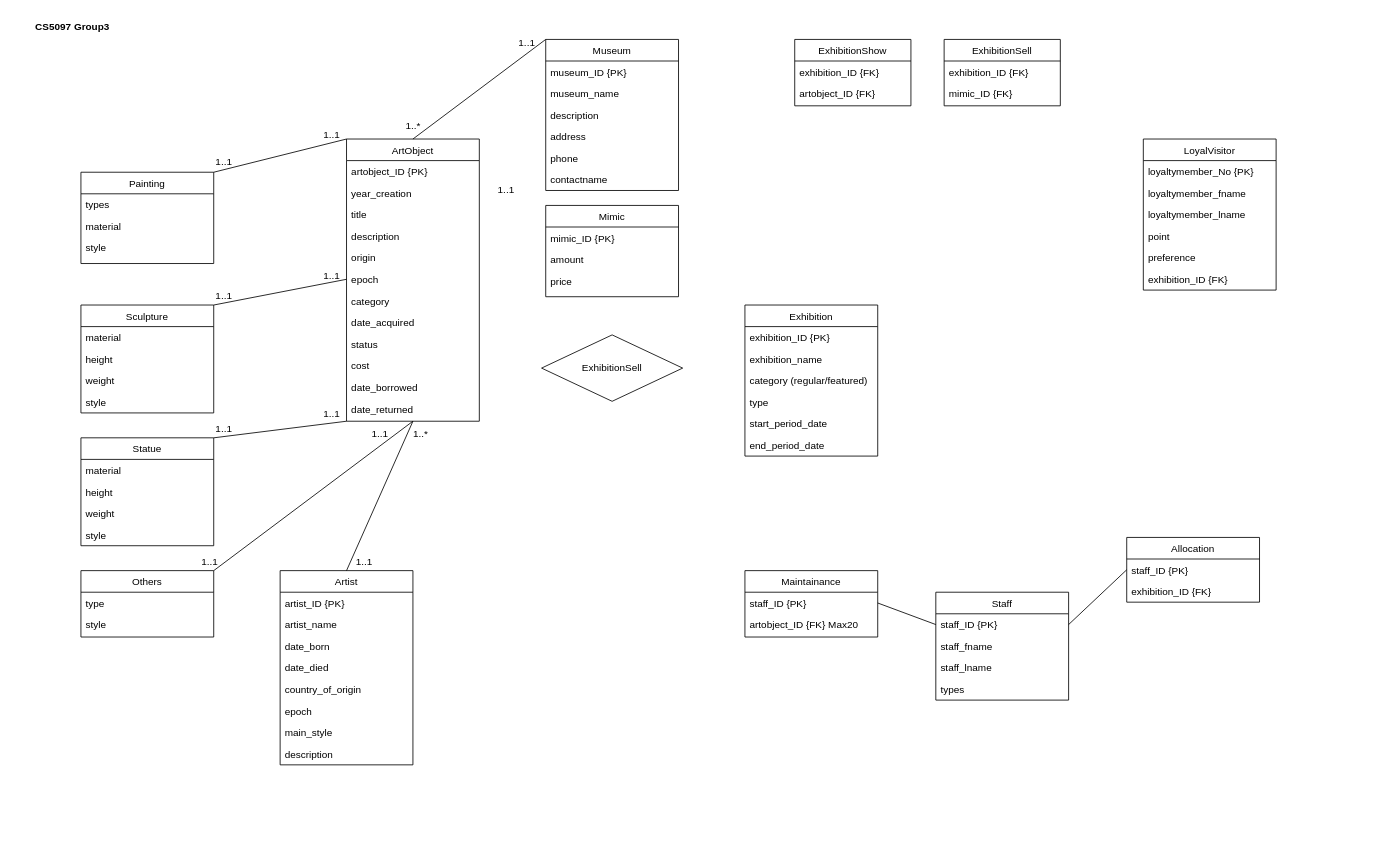
Earlier version of the draw.io diagram GP-A2_Art-Museum_DB_logical-model.drawio (chanokchut/CS5097). Source tidied: cells renumbered, new cells numbered last; positions are measured from the earlier drawing's top-left corner, leaving out a move shared by most shapes. Both pictures are drawn from the tidied source at 83%, with x=0, y=0 at pixel (14, 14).
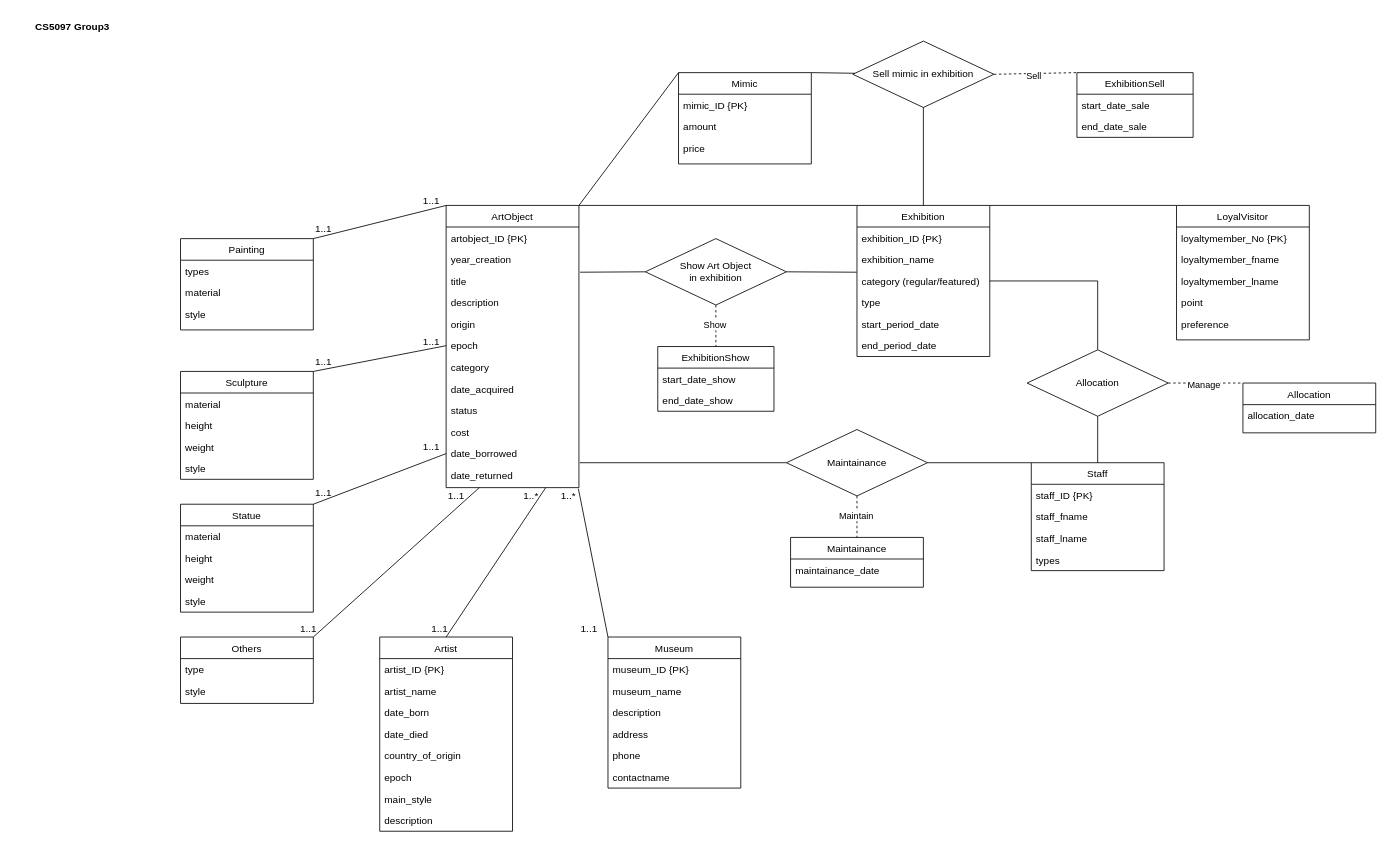
Above is the later version.

The change refers to these unchanged cells:
```xml
<mxCell id="11" value="year_creation" style="text;align=left;verticalAlign=top;spacingLeft=4;spacingRight=4;overflow=hidden;points=[[0,0.5],[1,0.5]];portConstraint=eastwest;" parent="9" vertex="1">
  <mxGeometry y="52" width="160" height="26" as="geometry" />
</mxCell>
<mxCell id="20" value="date_borrowed" style="text;align=left;verticalAlign=top;spacingLeft=4;spacingRight=4;overflow=hidden;points=[[0,0.5],[1,0.5]];portConstraint=eastwest;" parent="9" vertex="1">
  <mxGeometry y="286" width="160" height="26" as="geometry" />
</mxCell>
<mxCell id="21" value="date_returned" style="text;align=left;verticalAlign=top;spacingLeft=4;spacingRight=4;overflow=hidden;points=[[0,0.5],[1,0.5]];portConstraint=eastwest;" parent="9" vertex="1">
  <mxGeometry y="312" width="160" height="26" as="geometry" />
</mxCell>
<mxCell id="51" value="category (regular/featured)" style="text;align=left;verticalAlign=top;spacingLeft=4;spacingRight=4;overflow=hidden;points=[[0,0.5],[1,0.5]];portConstraint=eastwest;" parent="48" vertex="1">
  <mxGeometry y="78" width="160" height="26" as="geometry" />
</mxCell>
```

Change to the diagram source:
```diff
@@
     <mxCell id="2" value="Museum" style="swimlane;fontStyle=0;align=center;verticalAlign=top;horizontal=1;startSize=26;rounded=0;shadow=0;strokeWidth=1;" parent="1" vertex="1">
-      <mxGeometry x="640" y="30" width="160" height="182" as="geometry" />
+      <mxGeometry x="715" y="750" width="160" height="182" as="geometry" />
     </mxCell>
@@
     <mxCell id="9" value="ArtObject" style="swimlane;fontStyle=0;align=center;verticalAlign=top;horizontal=1;startSize=26;rounded=0;shadow=0;strokeWidth=1;" parent="1" vertex="1">
-      <mxGeometry x="400" y="150" width="160" height="340" as="geometry" />
+      <mxGeometry x="520" y="230" width="160" height="340" as="geometry" />
     </mxCell>
@@
     <mxCell id="22" value="Artist" style="swimlane;fontStyle=0;align=center;verticalAlign=top;horizontal=1;startSize=26;rounded=0;shadow=0;strokeWidth=1;" parent="1" vertex="1">
-      <mxGeometry x="320" y="670" width="160" height="234" as="geometry" />
+      <mxGeometry x="440" y="750" width="160" height="234" as="geometry" />
     </mxCell>
@@
     <mxCell id="31" value="Painting" style="swimlane;fontStyle=0;align=center;verticalAlign=top;horizontal=1;startSize=26;rounded=0;shadow=0;strokeWidth=1;" parent="1" vertex="1">
-      <mxGeometry x="80" y="190" width="160" height="110" as="geometry" />
+      <mxGeometry x="200" y="270" width="160" height="110" as="geometry" />
     </mxCell>
@@
     <mxCell id="35" value="Sculpture" style="swimlane;fontStyle=0;align=center;verticalAlign=top;horizontal=1;startSize=26;rounded=0;shadow=0;strokeWidth=1;" parent="1" vertex="1">
-      <mxGeometry x="80" y="350" width="160" height="130" as="geometry" />
+      <mxGeometry x="200" y="430" width="160" height="130" as="geometry" />
     </mxCell>
@@
     <mxCell id="40" value="Others" style="swimlane;fontStyle=0;align=center;verticalAlign=top;horizontal=1;startSize=26;rounded=0;shadow=0;strokeWidth=1;" parent="1" vertex="1">
-      <mxGeometry x="80" y="670" width="160" height="80" as="geometry" />
+      <mxGeometry x="200" y="750" width="160" height="80" as="geometry" />
     </mxCell>
@@
     <mxCell id="43" value="Statue" style="swimlane;fontStyle=0;align=center;verticalAlign=top;horizontal=1;startSize=26;rounded=0;shadow=0;strokeWidth=1;" parent="1" vertex="1">
-      <mxGeometry x="80" y="510" width="160" height="130" as="geometry" />
+      <mxGeometry x="200" y="590" width="160" height="130" as="geometry" />
     </mxCell>
@@
     <mxCell id="48" value="Exhibition" style="swimlane;fontStyle=0;align=center;verticalAlign=top;horizontal=1;startSize=26;rounded=0;shadow=0;strokeWidth=1;" parent="1" vertex="1">
-      <mxGeometry x="880" y="350" width="160" height="182" as="geometry" />
+      <mxGeometry x="1015" y="230" width="160" height="182" as="geometry" />
     </mxCell>
@@
     <mxCell id="55" value="Mimic" style="swimlane;fontStyle=0;align=center;verticalAlign=top;horizontal=1;startSize=26;rounded=0;shadow=0;strokeWidth=1;" parent="1" vertex="1">
-      <mxGeometry x="640" y="230" width="160" height="110" as="geometry" />
+      <mxGeometry x="800" y="70" width="160" height="110" as="geometry" />
     </mxCell>
@@
     <mxCell id="59" value="LoyalVisitor" style="swimlane;fontStyle=0;align=center;verticalAlign=top;horizontal=1;startSize=26;rounded=0;shadow=0;strokeWidth=1;" parent="1" vertex="1">
-      <mxGeometry x="1360" y="150" width="160" height="182" as="geometry" />
+      <mxGeometry x="1400" y="230" width="160" height="162" as="geometry" />
     </mxCell>
@@
-    <mxCell id="65" value="exhibition_ID {FK}" style="text;align=left;verticalAlign=top;spacingLeft=4;spacingRight=4;overflow=hidden;" parent="59" vertex="1">
-      <mxGeometry y="156" width="160" height="26" as="geometry" />
-    </mxCell>
     <mxCell id="66" value="Staff" style="swimlane;fontStyle=0;align=center;verticalAlign=top;horizontal=1;startSize=26;rounded=0;shadow=0;strokeWidth=1;" parent="1" vertex="1">
-      <mxGeometry x="1110" y="696" width="160" height="130" as="geometry" />
+      <mxGeometry x="1225" y="540" width="160" height="130" as="geometry" />
     </mxCell>
-    <mxCell id="67" value="staff_ID {PK}" style="text;align=left;verticalAlign=top;spacingLeft=4;spacingRight=4;overflow=hidden;points=[[0,0.5],[1,0.5]];portConstraint=eastwest;" parent="66" vertex="1">
-      <mxGeometry y="26" width="160" height="26" as="geometry" />
-    </mxCell>
+    <mxCell id="106" value="staff_ID {PK}" style="text;align=left;verticalAlign=top;spacingLeft=4;spacingRight=4;overflow=hidden;" parent="66" vertex="1">
+      <mxGeometry y="26" width="160" height="26" as="geometry" />
+    </mxCell>
@@
     <mxCell id="71" value="Maintainance" style="swimlane;fontStyle=0;align=center;verticalAlign=top;horizontal=1;startSize=26;rounded=0;shadow=0;strokeWidth=1;" parent="1" vertex="1">
-      <mxGeometry x="880" y="670" width="160" height="80" as="geometry" />
+      <mxGeometry x="935" y="630" width="160" height="60" as="geometry" />
     </mxCell>
-    <mxCell id="72" value="staff_ID {PK}" style="text;align=left;verticalAlign=top;spacingLeft=4;spacingRight=4;overflow=hidden;points=[[0,0.5],[1,0.5]];portConstraint=eastwest;" parent="71" vertex="1">
-      <mxGeometry y="26" width="160" height="26" as="geometry" />
-    </mxCell>
-    <mxCell id="73" value="artobject_ID {FK} Max20" style="text;align=left;verticalAlign=top;spacingLeft=4;spacingRight=4;overflow=hidden;" parent="71" vertex="1">
-      <mxGeometry y="52" width="160" height="26" as="geometry" />
-    </mxCell>
+    <mxCell id="107" value="maintainance_date" style="text;align=left;verticalAlign=top;spacingLeft=4;spacingRight=4;overflow=hidden;" parent="71" vertex="1">
+      <mxGeometry y="26" width="160" height="26" as="geometry" />
+    </mxCell>
     <mxCell id="74" value="Allocation" style="swimlane;fontStyle=0;align=center;verticalAlign=top;horizontal=1;startSize=26;rounded=0;shadow=0;strokeWidth=1;" parent="1" vertex="1">
-      <mxGeometry x="1340" y="630" width="160" height="78" as="geometry" />
+      <mxGeometry x="1480" y="444" width="160" height="60" as="geometry" />
     </mxCell>
-    <mxCell id="75" value="staff_ID {PK}" style="text;align=left;verticalAlign=top;spacingLeft=4;spacingRight=4;overflow=hidden;points=[[0,0.5],[1,0.5]];portConstraint=eastwest;" parent="74" vertex="1">
-      <mxGeometry y="26" width="160" height="26" as="geometry" />
+    <mxCell id="75" value="allocation_date" style="text;align=left;verticalAlign=top;spacingLeft=4;spacingRight=4;overflow=hidden;points=[[0,0.5],[1,0.5]];portConstraint=eastwest;" parent="74" vertex="1">
+      <mxGeometry y="26" width="160" height="34" as="geometry" />
     </mxCell>
-    <mxCell id="76" value="exhibition_ID {FK}" style="text;align=left;verticalAlign=top;spacingLeft=4;spacingRight=4;overflow=hidden;" parent="74" vertex="1">
-      <mxGeometry y="52" width="160" height="26" as="geometry" />
-    </mxCell>
-    <mxCell id="77" style="endArrow=none;html=1;rounded=0;entryX=1;entryY=0.5;entryDx=0;entryDy=0;exitX=0;exitY=0.5;exitDx=0;exitDy=0;" parent="1" edge="1" source="67" target="72">
-      <mxGeometry relative="1" as="geometry" />
-    </mxCell>
-    <mxCell id="78" style="endArrow=none;html=1;rounded=0;entryX=0;entryY=0.5;entryDx=0;entryDy=0;exitX=1;exitY=0.5;exitDx=0;exitDy=0;" parent="1" edge="1" source="67" target="75">
-      <mxGeometry relative="1" as="geometry" />
-    </mxCell>
-    <mxCell id="79" value="ExhibitionShow" style="swimlane;fontStyle=0;align=center;verticalAlign=top;horizontal=1;startSize=26;rounded=0;shadow=0;strokeWidth=1;" parent="1" vertex="1">
-      <mxGeometry x="940" y="30" width="140" height="80" as="geometry" />
-    </mxCell>
-    <mxCell id="80" value="exhibition_ID {FK}" style="text;align=left;verticalAlign=top;spacingLeft=4;spacingRight=4;overflow=hidden;" parent="79" vertex="1">
-      <mxGeometry y="26" width="140" height="26" as="geometry" />
-    </mxCell>
-    <mxCell id="81" value="artobject_ID {FK}" style="text;align=left;verticalAlign=top;spacingLeft=4;spacingRight=4;overflow=hidden;" parent="79" vertex="1">
-      <mxGeometry y="52" width="140" height="26" as="geometry" />
-    </mxCell>
     <mxCell id="82" value="ExhibitionSell" style="swimlane;fontStyle=0;align=center;verticalAlign=top;horizontal=1;startSize=26;rounded=0;shadow=0;strokeWidth=1;" parent="1" vertex="1">
-      <mxGeometry x="1120" y="30" width="140" height="80" as="geometry" />
+      <mxGeometry x="1280" y="70" width="140" height="78" as="geometry" />
     </mxCell>
-    <mxCell id="83" value="exhibition_ID {FK}" style="text;align=left;verticalAlign=top;spacingLeft=4;spacingRight=4;overflow=hidden;" parent="82" vertex="1">
+    <mxCell id="83" value="start_date_sale" style="text;align=left;verticalAlign=top;spacingLeft=4;spacingRight=4;overflow=hidden;" parent="82" vertex="1">
       <mxGeometry y="26" width="140" height="26" as="geometry" />
     </mxCell>
-    <mxCell id="84" value="mimic_ID {FK}" style="text;align=left;verticalAlign=top;spacingLeft=4;spacingRight=4;overflow=hidden;" parent="82" vertex="1">
-      <mxGeometry y="52" width="140" height="26" as="geometry" />
-    </mxCell>
+    <mxCell id="108" value="end_date_sale" style="text;align=left;verticalAlign=top;spacingLeft=4;spacingRight=4;overflow=hidden;" parent="82" vertex="1">
+      <mxGeometry y="52" width="140" height="26" as="geometry" />
+    </mxCell>
@@
-    <mxCell id="86" style="endArrow=none;html=1;rounded=0;exitX=0.5;exitY=0;exitDx=0;exitDy=0;entryX=0.5;entryY=1;entryDx=0;entryDy=0;" parent="1" edge="1" source="22" target="9">
+    <mxCell id="86" style="endArrow=none;html=1;rounded=0;exitX=0.5;exitY=0;exitDx=0;exitDy=0;entryX=0.75;entryY=1;entryDx=0;entryDy=0;" parent="1" edge="1" source="22" target="9">
       <mxGeometry relative="1" as="geometry" />
     </mxCell>
     <mxCell id="87" value="1..1" style="text;html=1;align=center;verticalAlign=middle;whiteSpace=wrap;rounded=0;" parent="1" vertex="1">
-      <mxGeometry x="399" y="645" width="45" height="30" as="geometry" />
+      <mxGeometry x="490" y="725" width="45" height="30" as="geometry" />
     </mxCell>
     <mxCell id="88" value="1..*" style="text;html=1;align=center;verticalAlign=middle;whiteSpace=wrap;rounded=0;" parent="1" vertex="1">
-      <mxGeometry x="467" y="490" width="45" height="30" as="geometry" />
+      <mxGeometry x="600" y="565" width="45" height="30" as="geometry" />
     </mxCell>
@@
-    <mxCell id="90" style="endArrow=none;html=1;rounded=0;entryX=0;entryY=0;entryDx=0;entryDy=0;exitX=0.5;exitY=0;exitDx=0;exitDy=0;" parent="1" edge="1" source="9" target="2">
+    <mxCell id="90" style="endArrow=none;html=1;rounded=0;entryX=0;entryY=0;entryDx=0;entryDy=0;exitX=0.996;exitY=1.128;exitDx=0;exitDy=0;exitPerimeter=0;" parent="1" edge="1" source="21" target="2">
       <mxGeometry relative="1" as="geometry" />
     </mxCell>
-    <mxCell id="91" value="1..1" style="text;html=1;align=center;verticalAlign=middle;whiteSpace=wrap;rounded=0;" parent="1" vertex="1">
-      <mxGeometry x="595" y="20" width="45" height="30" as="geometry" />
-    </mxCell>
     <mxCell id="92" value="1..*" style="text;html=1;align=center;verticalAlign=middle;whiteSpace=wrap;rounded=0;" parent="1" vertex="1">
-      <mxGeometry x="457.5" y="120" width="45" height="30" as="geometry" />
+      <mxGeometry x="645" y="565" width="45" height="30" as="geometry" />
     </mxCell>
@@
-    <mxCell id="94" style="endArrow=none;html=1;rounded=0;entryX=1;entryY=0;entryDx=0;entryDy=0;exitX=0;exitY=1;exitDx=0;exitDy=0;" parent="1" edge="1" source="9" target="43">
+    <mxCell id="94" style="endArrow=none;html=1;rounded=0;entryX=1;entryY=0;entryDx=0;entryDy=0;exitX=0;exitY=0.5;exitDx=0;exitDy=0;" parent="1" edge="1" source="20" target="43">
       <mxGeometry relative="1" as="geometry" />
     </mxCell>
-    <mxCell id="95" style="endArrow=none;html=1;rounded=0;entryX=1;entryY=0;entryDx=0;entryDy=0;exitX=0.5;exitY=1;exitDx=0;exitDy=0;" parent="1" edge="1" source="9" target="40">
+    <mxCell id="95" style="endArrow=none;html=1;rounded=0;entryX=1;entryY=0;entryDx=0;entryDy=0;exitX=0.25;exitY=1;exitDx=0;exitDy=0;" parent="1" edge="1" source="9" target="40">
       <mxGeometry relative="1" as="geometry" />
     </mxCell>
     <mxCell id="96" value="1..1" style="text;html=1;align=center;verticalAlign=middle;whiteSpace=wrap;rounded=0;" parent="1" vertex="1">
-      <mxGeometry x="230" y="166" width="45" height="24" as="geometry" />
+      <mxGeometry x="350" y="246" width="45" height="24" as="geometry" />
     </mxCell>
     <mxCell id="97" value="1..1" style="text;html=1;align=center;verticalAlign=middle;whiteSpace=wrap;rounded=0;" parent="1" vertex="1">
-      <mxGeometry x="230" y="324" width="45" height="30" as="geometry" />
+      <mxGeometry x="350" y="404" width="45" height="30" as="geometry" />
     </mxCell>
     <mxCell id="98" value="1..1" style="text;html=1;align=center;verticalAlign=middle;whiteSpace=wrap;rounded=0;" parent="1" vertex="1">
-      <mxGeometry x="230" y="485" width="45" height="30" as="geometry" />
+      <mxGeometry x="350" y="561" width="45" height="30" as="geometry" />
     </mxCell>
     <mxCell id="99" value="1..1" style="text;html=1;align=center;verticalAlign=middle;whiteSpace=wrap;rounded=0;" parent="1" vertex="1">
-      <mxGeometry x="570" y="196" width="45" height="30" as="geometry" />
+      <mxGeometry x="670" y="725" width="45" height="30" as="geometry" />
     </mxCell>
     <mxCell id="100" value="1..1" style="text;html=1;align=center;verticalAlign=middle;whiteSpace=wrap;rounded=0;" parent="1" vertex="1">
-      <mxGeometry x="213" y="645" width="45" height="30" as="geometry" />
+      <mxGeometry x="332" y="725" width="45" height="30" as="geometry" />
     </mxCell>
     <mxCell id="101" value="1..1" style="text;html=1;align=center;verticalAlign=middle;whiteSpace=wrap;rounded=0;" parent="1" vertex="1">
-      <mxGeometry x="360" y="130" width="45" height="30" as="geometry" />
+      <mxGeometry x="480" y="210" width="45" height="30" as="geometry" />
     </mxCell>
     <mxCell id="102" value="1..1" style="text;html=1;align=center;verticalAlign=middle;whiteSpace=wrap;rounded=0;" parent="1" vertex="1">
-      <mxGeometry x="360" y="466" width="45" height="30" as="geometry" />
+      <mxGeometry x="480" y="506" width="45" height="30" as="geometry" />
     </mxCell>
     <mxCell id="103" value="1..1" style="text;html=1;align=center;verticalAlign=middle;whiteSpace=wrap;rounded=0;" parent="1" vertex="1">
-      <mxGeometry x="360" y="300" width="45" height="30" as="geometry" />
+      <mxGeometry x="480" y="380" width="45" height="30" as="geometry" />
     </mxCell>
     <mxCell id="104" value="1..1" style="text;html=1;align=center;verticalAlign=middle;whiteSpace=wrap;rounded=0;" parent="1" vertex="1">
-      <mxGeometry x="418" y="490" width="45" height="30" as="geometry" />
+      <mxGeometry x="510" y="565" width="45" height="30" as="geometry" />
     </mxCell>
-    <mxCell id="105" value="&lt;span style=&quot;text-wrap-mode: nowrap;&quot;&gt;ExhibitionSell&lt;/span&gt;" style="rhombus;whiteSpace=wrap;html=1;" parent="1" vertex="1">
-      <mxGeometry x="635" y="386" width="170" height="80" as="geometry" />
+    <mxCell id="105" value="&lt;span style=&quot;text-wrap-mode: nowrap;&quot;&gt;Sell mimic in exhibition&lt;/span&gt;" style="rhombus;whiteSpace=wrap;html=1;" parent="1" vertex="1">
+      <mxGeometry x="1010" y="32" width="170" height="80" as="geometry" />
     </mxCell>
+    <mxCell id="109" style="endArrow=none;html=1;rounded=0;entryX=1;entryY=0;entryDx=0;entryDy=0;exitX=0;exitY=0;exitDx=0;exitDy=0;" parent="1" edge="1" source="55" target="9">
+      <mxGeometry relative="1" as="geometry" />
+    </mxCell>
+    <mxCell id="110" style="endArrow=none;html=1;rounded=0;entryX=0;entryY=0;entryDx=0;entryDy=0;exitX=1;exitY=0.5;exitDx=0;exitDy=0;dashed=1;" parent="1" edge="1" source="105" target="82">
+      <mxGeometry relative="1" as="geometry" />
+    </mxCell>
+    <mxCell id="111" value="Sell" style="edgeLabel;html=1;align=center;verticalAlign=middle;" parent="110" vertex="1">
+      <mxGeometry x="-0.07" y="-2" relative="1" as="geometry" />
+    </mxCell>
+    <mxCell id="112" style="endArrow=none;html=1;rounded=0;entryX=1;entryY=0;entryDx=0;entryDy=0;exitX=0;exitY=0;exitDx=0;exitDy=0;" parent="1" edge="1" source="48" target="9">
+      <mxGeometry relative="1" as="geometry" />
+    </mxCell>
+    <mxCell id="113" style="endArrow=none;html=1;rounded=0;entryX=1;entryY=0;entryDx=0;entryDy=0;" parent="1" edge="1" source="105" target="55">
+      <mxGeometry relative="1" as="geometry" />
+    </mxCell>
+    <mxCell id="114" style="endArrow=none;html=1;rounded=0;entryX=0.5;entryY=0;entryDx=0;entryDy=0;exitX=0.5;exitY=1;exitDx=0;exitDy=0;" parent="1" edge="1" source="105" target="48">
+      <mxGeometry relative="1" as="geometry" />
+    </mxCell>
+    <mxCell id="115" value="&lt;span style=&quot;text-wrap-mode: nowrap;&quot;&gt;Show Art Object&lt;/span&gt;&lt;div&gt;&lt;span style=&quot;text-wrap-mode: nowrap;&quot;&gt;in exhibition&lt;/span&gt;&lt;/div&gt;" style="rhombus;whiteSpace=wrap;html=1;" parent="1" vertex="1">
+      <mxGeometry x="760" y="270" width="170" height="80" as="geometry" />
+    </mxCell>
+    <mxCell id="116" style="endArrow=none;html=1;rounded=0;exitX=0;exitY=0.5;exitDx=0;exitDy=0;entryX=1.009;entryY=1.095;entryDx=0;entryDy=0;entryPerimeter=0;" parent="1" edge="1" source="115" target="11">
+      <mxGeometry relative="1" as="geometry" />
+    </mxCell>
+    <mxCell id="117" style="endArrow=none;html=1;rounded=0;exitX=1;exitY=0.5;exitDx=0;exitDy=0;entryX=-0.002;entryY=0.095;entryDx=0;entryDy=0;entryPerimeter=0;" parent="1" edge="1" source="115" target="51">
+      <mxGeometry relative="1" as="geometry" />
+    </mxCell>
+    <mxCell id="118" style="endArrow=none;html=1;rounded=0;entryX=0.5;entryY=0;entryDx=0;entryDy=0;exitX=0.5;exitY=1;exitDx=0;exitDy=0;dashed=1;" parent="1" edge="1" source="115" target="79">
+      <mxGeometry relative="1" as="geometry" />
+    </mxCell>
+    <mxCell id="119" value="Show" style="edgeLabel;html=1;align=center;verticalAlign=middle;" parent="118" vertex="1">
+      <mxGeometry x="-0.07" y="-2" relative="1" as="geometry" />
+    </mxCell>
+    <mxCell id="79" value="ExhibitionShow" style="swimlane;fontStyle=0;align=center;verticalAlign=top;horizontal=1;startSize=26;rounded=0;shadow=0;strokeWidth=1;" parent="1" vertex="1">
+      <mxGeometry x="775" y="400" width="140" height="78" as="geometry" />
+    </mxCell>
+    <mxCell id="120" value="start_date_show" style="text;align=left;verticalAlign=top;spacingLeft=4;spacingRight=4;overflow=hidden;" parent="79" vertex="1">
+      <mxGeometry y="26" width="140" height="26" as="geometry" />
+    </mxCell>
+    <mxCell id="121" value="end_date_show" style="text;align=left;verticalAlign=top;spacingLeft=4;spacingRight=4;overflow=hidden;" parent="79" vertex="1">
+      <mxGeometry y="52" width="140" height="26" as="geometry" />
+    </mxCell>
+    <mxCell id="122" style="endArrow=none;html=1;rounded=0;exitX=0;exitY=0;exitDx=0;exitDy=0;entryX=1;entryY=0;entryDx=0;entryDy=0;" parent="1" edge="1" source="59" target="48">
+      <mxGeometry relative="1" as="geometry" />
+    </mxCell>
+    <mxCell id="123" value="&lt;span style=&quot;text-wrap-mode: nowrap;&quot;&gt;Maintainance&lt;/span&gt;" style="rhombus;whiteSpace=wrap;html=1;" parent="1" vertex="1">
+      <mxGeometry x="930" y="500" width="170" height="80" as="geometry" />
+    </mxCell>
+    <mxCell id="124" style="endArrow=none;html=1;rounded=0;exitX=0;exitY=0.5;exitDx=0;exitDy=0;" parent="1" edge="1" source="123">
+      <mxGeometry relative="1" as="geometry">
+        <mxPoint x="681" y="540" as="targetPoint" />
+      </mxGeometry>
+    </mxCell>
+    <mxCell id="125" value="&lt;span style=&quot;text-wrap-mode: nowrap;&quot;&gt;Allocation&lt;/span&gt;" style="rhombus;whiteSpace=wrap;html=1;" parent="1" vertex="1">
+      <mxGeometry x="1220" y="404" width="170" height="80" as="geometry" />
+    </mxCell>
+    <mxCell id="126" style="endArrow=none;html=1;rounded=0;entryX=0.5;entryY=0;entryDx=0;entryDy=0;exitX=0.5;exitY=1;exitDx=0;exitDy=0;dashed=1;" parent="1" edge="1" source="123" target="71">
+      <mxGeometry relative="1" as="geometry" />
+    </mxCell>
+    <mxCell id="127" value="Maintain" style="edgeLabel;html=1;align=center;verticalAlign=middle;" parent="126" vertex="1">
+      <mxGeometry x="-0.07" y="-2" relative="1" as="geometry" />
+    </mxCell>
+    <mxCell id="128" style="endArrow=none;html=1;rounded=0;exitX=0;exitY=0;exitDx=0;exitDy=0;entryX=1;entryY=0.5;entryDx=0;entryDy=0;" parent="1" edge="1" source="66" target="123">
+      <mxGeometry relative="1" as="geometry" />
+    </mxCell>
+    <mxCell id="129" style="endArrow=none;html=1;rounded=0;exitX=0.5;exitY=0;exitDx=0;exitDy=0;entryX=1;entryY=0.5;entryDx=0;entryDy=0;" parent="1" edge="1" source="125" target="51">
+      <mxGeometry relative="1" as="geometry">
+        <Array as="points">
+          <mxPoint x="1305" y="321" />
+        </Array>
+      </mxGeometry>
+    </mxCell>
+    <mxCell id="130" style="endArrow=none;html=1;rounded=0;exitX=0.5;exitY=0;exitDx=0;exitDy=0;entryX=0.5;entryY=1;entryDx=0;entryDy=0;" parent="1" edge="1" source="66" target="125">
+      <mxGeometry relative="1" as="geometry" />
+    </mxCell>
+    <mxCell id="131" style="endArrow=none;html=1;rounded=0;entryX=0;entryY=0;entryDx=0;entryDy=0;exitX=1;exitY=0.5;exitDx=0;exitDy=0;dashed=1;" parent="1" edge="1" source="125" target="74">
+      <mxGeometry relative="1" as="geometry" />
+    </mxCell>
+    <mxCell id="132" value="Manage" style="edgeLabel;html=1;align=center;verticalAlign=middle;" parent="131" vertex="1">
+      <mxGeometry x="-0.07" y="-2" relative="1" as="geometry" />
+    </mxCell>
```
